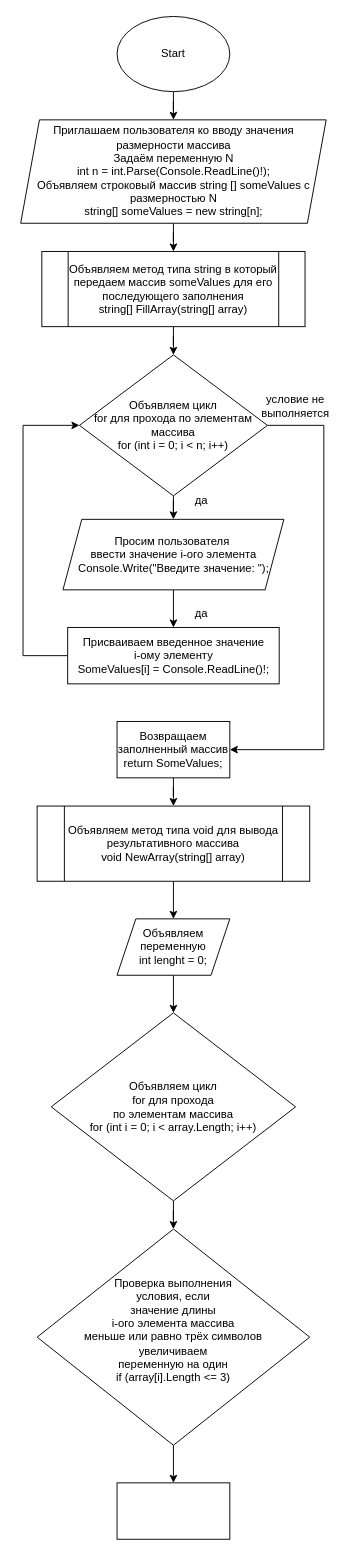
Larints/Control_work_main_block keeps this draw.io diagram as Алгоритм.drawio. Above is the earlier version. Source tidied: cells renumbered, new cells numbered last; positions are measured from the earlier drawing's top-left corner, leaving out a move shared by most shapes. Both pictures are drawn from the tidied source at 94%, with x=0, y=0 at pixel (21, 16).
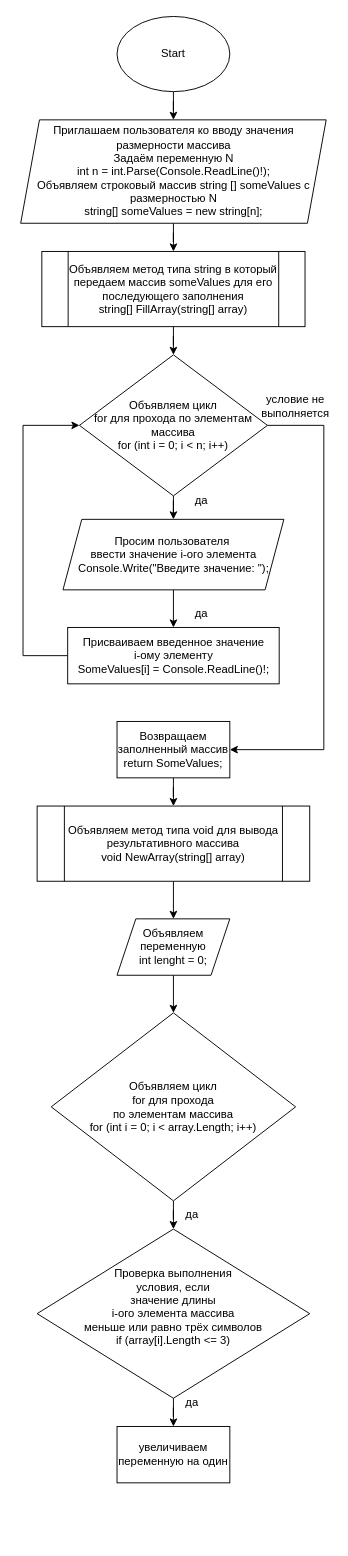
Above is the later version.

What changed in the source:
```diff
@@
-    <mxCell id="27" value="Проверка выполнения&lt;br&gt;условия, если&lt;br&gt;значение длины &lt;br&gt;i-ого элемента массива &lt;br&gt;меньше или равно трёх символов&lt;br&gt;увеличиваем &lt;br&gt;переменную на один&lt;br&gt;if (array[i].Length &amp;lt;= 3)&lt;br&gt;&amp;nbsp;" style="rhombus;whiteSpace=wrap;html=1;" parent="1" vertex="1">
-      <mxGeometry x="17" y="1290" width="290" height="230" as="geometry" />
+    <mxCell id="27" value="Проверка выполнения&lt;br&gt;условия, если&lt;br&gt;значение длины &lt;br&gt;i-ого элемента массива &lt;br&gt;меньше или равно трёх символов&lt;br&gt;if (array[i].Length &amp;lt;= 3)&lt;br&gt;&amp;nbsp;" style="rhombus;whiteSpace=wrap;html=1;" parent="1" vertex="1">
+      <mxGeometry x="17" y="1290" width="290" height="180" as="geometry" />
     </mxCell>
-    <mxCell id="28" style="whiteSpace=wrap;html=1;" parent="1" vertex="1">
-      <mxGeometry x="102" y="1560" width="120" height="60" as="geometry" />
+    <mxCell id="28" value="увеличиваем&lt;br style=&quot;border-color: var(--border-color);&quot;&gt;переменную на один" style="whiteSpace=wrap;html=1;" parent="1" vertex="1">
+      <mxGeometry x="102" y="1500" width="120" height="60" as="geometry" />
     </mxCell>
+    <mxCell id="29" value="да" style="text;html=1;strokeColor=none;fillColor=none;align=center;verticalAlign=middle;whiteSpace=wrap;rounded=0;" parent="1" vertex="1">
+      <mxGeometry x="152" y="1260" width="60" height="30" as="geometry" />
+    </mxCell>
+    <mxCell id="30" value="да" style="text;html=1;strokeColor=none;fillColor=none;align=center;verticalAlign=middle;whiteSpace=wrap;rounded=0;" parent="1" vertex="1">
+      <mxGeometry x="152" y="1460" width="60" height="30" as="geometry" />
+    </mxCell>
```
